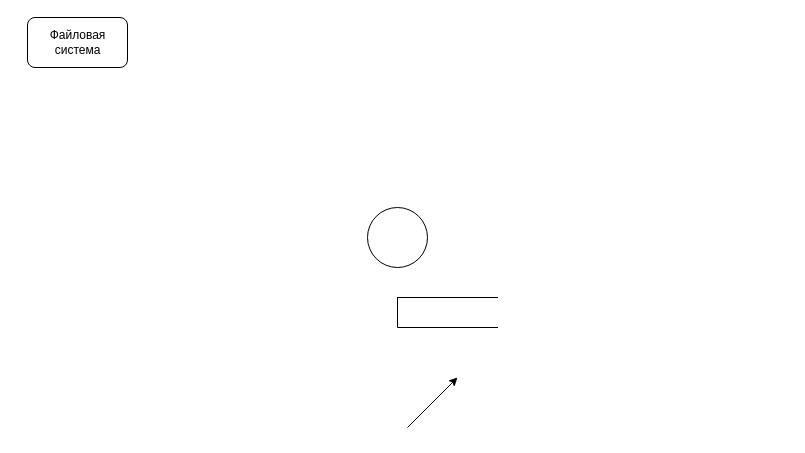
Above: module_2/DFD.drawio in SheinEA/gb_architect (draw.io), before the change. Source tidied: cells renumbered, new cells numbered last; positions are measured from the earlier drawing's top-left corner, leaving out a move shared by most shapes. Both pictures are drawn from the tidied source at 100%, with x=0, y=0 at pixel (27, 17).
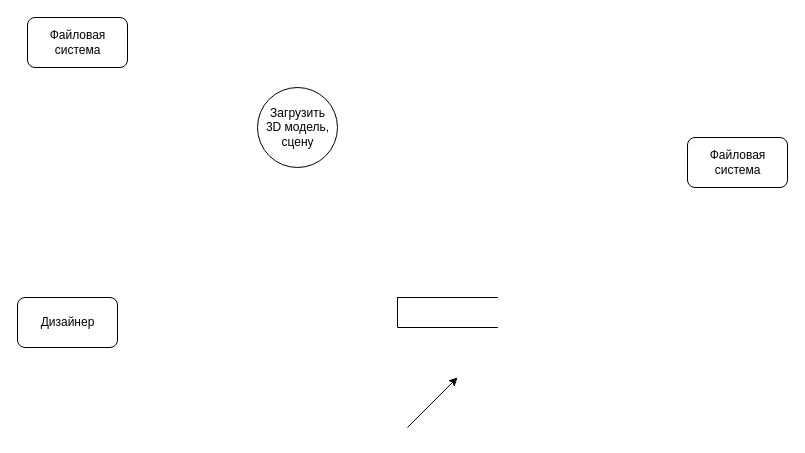
The same diagram, later.

Diff of the diagram source:
```diff
@@
 <mxGraphModel>
   <root>
     <mxCell id="0" />
     <mxCell id="1" parent="0" />
-    <mxCell id="2" style="shape=ellipse;html=1;dashed=0;whitespace=wrap;perimeter=ellipsePerimeter;" parent="1" vertex="1">
-      <mxGeometry x="340" y="190" width="60" height="60" as="geometry" />
+    <mxCell id="2" value="&lt;span&gt;Загрузить &lt;br&gt;3D модель, &lt;br&gt;сцену&lt;/span&gt;" style="shape=ellipse;html=1;dashed=0;whitespace=wrap;perimeter=ellipsePerimeter;" parent="1" vertex="1">
+      <mxGeometry x="230" y="70" width="80" height="80" as="geometry" />
     </mxCell>
     <mxCell id="3" style="html=1;dashed=0;whitespace=wrap;shape=partialRectangle;right=0;" parent="1" vertex="1">
       <mxGeometry x="370" y="280" width="100" height="30" as="geometry" />
     </mxCell>
     <mxCell id="4" style="endArrow=classic;html=1;" parent="1" edge="1">
       <mxGeometry relative="1" as="geometry">
         <mxPoint x="380" y="410" as="sourcePoint" />
         <mxPoint x="430" y="360" as="targetPoint" />
       </mxGeometry>
     </mxCell>
     <mxCell id="5" value="Файловая &lt;br&gt;система" style="html=1;dashed=0;whitespace=wrap;rounded=1;" parent="1" vertex="1">
       <mxGeometry width="100" height="50" as="geometry" />
     </mxCell>
+    <mxCell id="6" value="Файловая &lt;br&gt;система" style="html=1;dashed=0;whitespace=wrap;rounded=1;" parent="1" vertex="1">
+      <mxGeometry x="660" y="120" width="100" height="50" as="geometry" />
+    </mxCell>
+    <mxCell id="7" value="Дизайнер" style="html=1;dashed=0;whitespace=wrap;rounded=1;" parent="1" vertex="1">
+      <mxGeometry x="-10" y="280" width="100" height="50" as="geometry" />
+    </mxCell>
   </root>
 </mxGraphModel>
```
